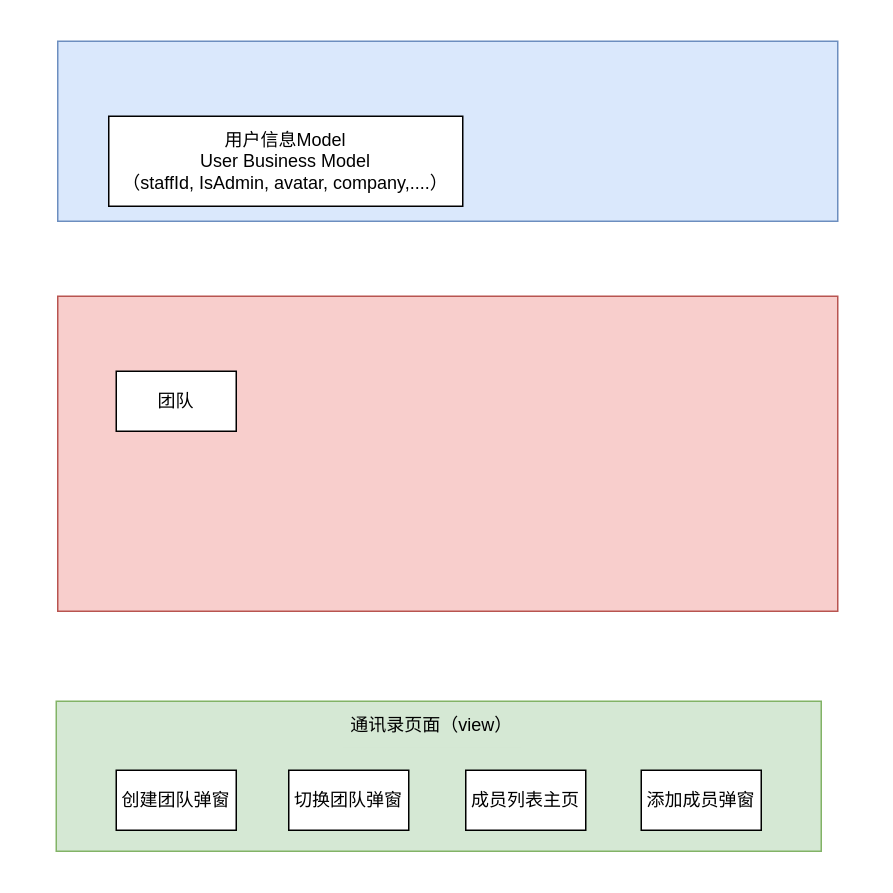
The draw.io diagram Untitled Diagram.drawio in WUCHUANweb/Test, before the edit. Source tidied: cells renumbered, new cells numbered last; positions are measured from the earlier drawing's top-left corner, leaving out a move shared by most shapes. Both pictures are drawn from the tidied source at 150%, with x=0, y=0 at pixel (56, 40).
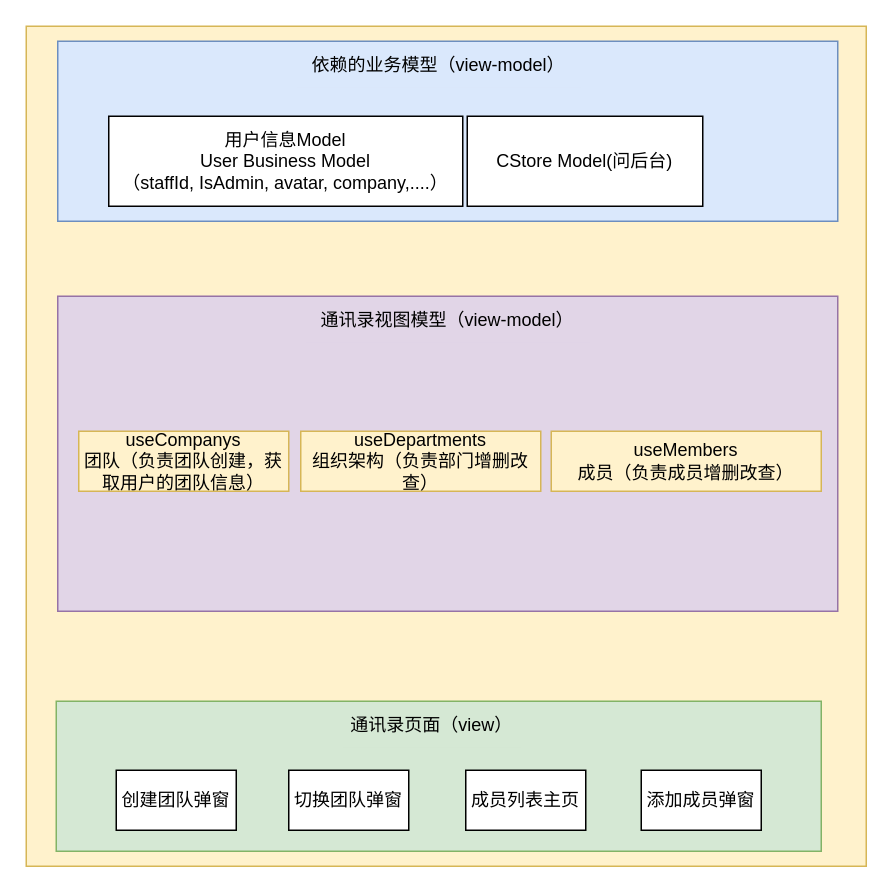
After the change.

The edit, as a diff of the source:
```diff
@@
 <mxGraphModel>
   <root>
     <mxCell id="0" />
     <mxCell id="1" parent="0" />
+    <mxCell id="12" style="rounded=0;whiteSpace=wrap;html=1;fillColor=#fff2cc;strokeColor=#d6b656;" parent="1" vertex="1">
+      <mxGeometry x="-20" y="-10" width="560" height="560" as="geometry" />
+    </mxCell>
     <mxCell id="2" style="rounded=0;whiteSpace=wrap;html=1;fillColor=#d5e8d4;strokeColor=#82b366;" parent="1" vertex="1">
       <mxGeometry y="440" width="510" height="100" as="geometry" />
     </mxCell>
     <mxCell id="3" value="创建团队弹窗" style="rounded=0;whiteSpace=wrap;html=1;" parent="1" vertex="1">
       <mxGeometry x="40" y="486" width="80" height="40" as="geometry" />
     </mxCell>
     <mxCell id="4" value="切换团队弹窗" style="rounded=0;whiteSpace=wrap;html=1;" parent="1" vertex="1">
       <mxGeometry x="155" y="486" width="80" height="40" as="geometry" />
     </mxCell>
     <mxCell id="5" value="成员列表主页" style="rounded=0;whiteSpace=wrap;html=1;" parent="1" vertex="1">
       <mxGeometry x="273" y="486" width="80" height="40" as="geometry" />
     </mxCell>
     <mxCell id="6" value="添加成员弹窗" style="rounded=0;whiteSpace=wrap;html=1;" parent="1" vertex="1">
       <mxGeometry x="390" y="486" width="80" height="40" as="geometry" />
     </mxCell>
     <mxCell id="7" value="通讯录页面（view）" style="rounded=0;whiteSpace=wrap;html=1;strokeColor=none;fillColor=#d5e8d4;" parent="1" vertex="1">
       <mxGeometry x="191" y="441" width="119" height="30" as="geometry" />
     </mxCell>
-    <mxCell id="8" style="rounded=0;whiteSpace=wrap;html=1;fillColor=#f8cecc;strokeColor=#b85450;" parent="1" vertex="1">
+    <mxCell id="8" style="rounded=0;whiteSpace=wrap;html=1;fillColor=#e1d5e7;strokeColor=#9673a6;" parent="1" vertex="1">
       <mxGeometry x="1" y="170" width="520" height="210" as="geometry" />
     </mxCell>
-    <mxCell id="9" value="团队" style="rounded=0;whiteSpace=wrap;html=1;" parent="1" vertex="1">
-      <mxGeometry x="40" y="220" width="80" height="40" as="geometry" />
+    <mxCell id="9" value="useCompanys&lt;br&gt;团队（负责团队创建，获取用户的团队信息）" style="rounded=0;whiteSpace=wrap;html=1;fillColor=#fff2cc;strokeColor=#d6b656;" parent="1" vertex="1">
+      <mxGeometry x="15" y="260" width="140" height="40" as="geometry" />
     </mxCell>
     <mxCell id="10" style="rounded=0;whiteSpace=wrap;html=1;fillColor=#dae8fc;strokeColor=#6c8ebf;" parent="1" vertex="1">
       <mxGeometry x="1" width="520" height="120" as="geometry" />
     </mxCell>
     <mxCell id="11" value="用户信息Model&lt;br&gt;User Business Model&lt;br&gt;（staffId, IsAdmin, avatar, company,....）" style="rounded=0;whiteSpace=wrap;html=1;" parent="1" vertex="1">
       <mxGeometry x="35" y="50" width="236" height="60" as="geometry" />
     </mxCell>
+    <mxCell id="13" value="CStore Model(问后台)" style="rounded=0;whiteSpace=wrap;html=1;" parent="1" vertex="1">
+      <mxGeometry x="274" y="50" width="157" height="60" as="geometry" />
+    </mxCell>
+    <mxCell id="14" value="useDepartments&lt;br&gt;组织架构（负责部门增删改查）" style="rounded=0;whiteSpace=wrap;html=1;fillColor=#fff2cc;strokeColor=#d6b656;" parent="1" vertex="1">
+      <mxGeometry x="163" y="260" width="160" height="40" as="geometry" />
+    </mxCell>
+    <mxCell id="15" value="useMembers&lt;br&gt;成员（负责成员增删改查）" style="rounded=0;whiteSpace=wrap;html=1;fillColor=#fff2cc;strokeColor=#d6b656;" parent="1" vertex="1">
+      <mxGeometry x="330" y="260" width="180" height="40" as="geometry" />
+    </mxCell>
+    <mxCell id="16" value="通讯录视图模型（view-model）" style="rounded=0;whiteSpace=wrap;html=1;strokeColor=none;fillColor=#e1d5e7;" parent="1" vertex="1">
+      <mxGeometry x="166" y="171" width="190" height="30" as="geometry" />
+    </mxCell>
+    <mxCell id="17" value="依赖的业务模型（view-model）" style="rounded=0;whiteSpace=wrap;html=1;strokeColor=none;fillColor=#dae8fc;" parent="1" vertex="1">
+      <mxGeometry x="160" y="1" width="190" height="30" as="geometry" />
+    </mxCell>
   </root>
 </mxGraphModel>
```
